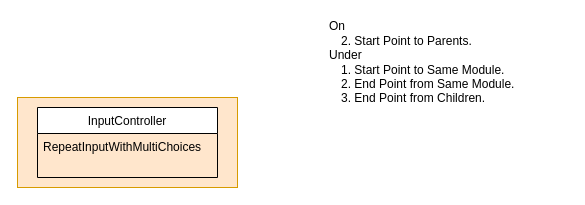
landmaster135/pyclone-tornado keeps this draw.io diagram as page "01_InputController" (2 of 7) of LandmasterLibrary/_Module_Diagram.drawio. Above is the earlier version. Source tidied: cells renumbered, new cells numbered last; positions are measured from the earlier drawing's top-left corner, leaving out a move shared by most shapes. Both pictures are drawn from the tidied source at 100%, with x=0, y=0 at pixel (17, 17).
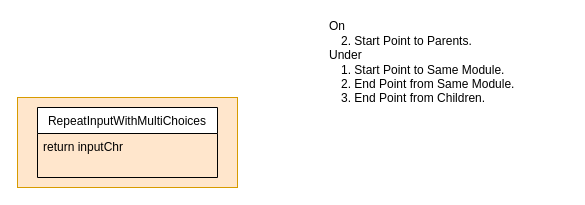
The same page after the edit.

Change to the diagram source:
```diff
@@
 <mxGraphModel>
   <root>
     <mxCell id="0" />
     <mxCell id="1" parent="0" />
     <mxCell id="2" style="rounded=0;whiteSpace=wrap;html=1;fillColor=#ffe6cc;strokeColor=#d79b00;" parent="1" vertex="1">
       <mxGeometry y="80" width="220" height="90" as="geometry" />
     </mxCell>
-    <mxCell id="3" value="InputController" style="swimlane;fontStyle=0;align=center;verticalAlign=top;horizontal=1;startSize=26;rounded=0;shadow=0;strokeWidth=1;" parent="1" vertex="1">
+    <mxCell id="3" value="RepeatInputWithMultiChoices" style="swimlane;fontStyle=0;align=center;verticalAlign=top;horizontal=1;startSize=26;rounded=0;shadow=0;strokeWidth=1;" parent="1" vertex="1">
       <mxGeometry x="20" y="90" width="180" height="70" as="geometry" />
     </mxCell>
-    <mxCell id="4" value="RepeatInputWithMultiChoices" style="text;align=left;verticalAlign=top;spacingLeft=4;spacingRight=4;overflow=hidden;" parent="3" vertex="1">
+    <mxCell id="4" value="return inputChr" style="text;align=left;verticalAlign=top;spacingLeft=4;spacingRight=4;overflow=hidden;" parent="3" vertex="1">
       <mxGeometry y="26" width="180" height="26" as="geometry" />
     </mxCell>
     <mxCell id="5" value="On&lt;br&gt;　2. Start Point to Parents.&lt;br&gt;Under&lt;br&gt;　1. Start Point to Same Module.&lt;br&gt;　2. End Point from Same Module.&lt;br&gt;　3. End Point from Children." style="text;html=1;strokeColor=none;fillColor=none;align=left;verticalAlign=middle;whiteSpace=wrap;rounded=0;" parent="1" vertex="1">
       <mxGeometry x="310" width="240" height="90" as="geometry" />
     </mxCell>
   </root>
 </mxGraphModel>
```
